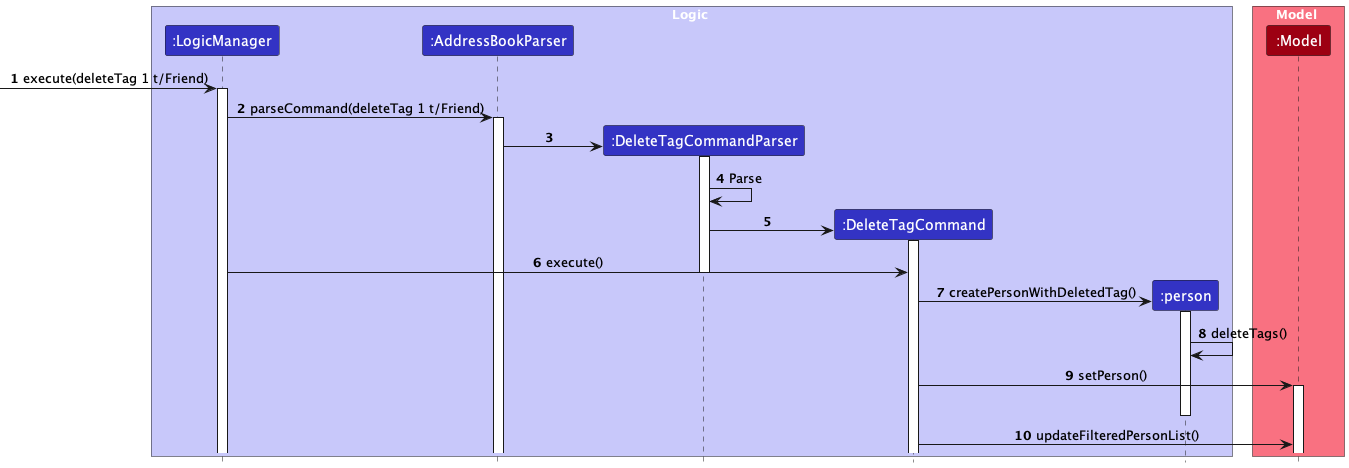
Earlier version of the PlantUML export diagrams/DeleteTagSequenceDiagram.png (AY2324S1-CS2103-W14-1/tp).
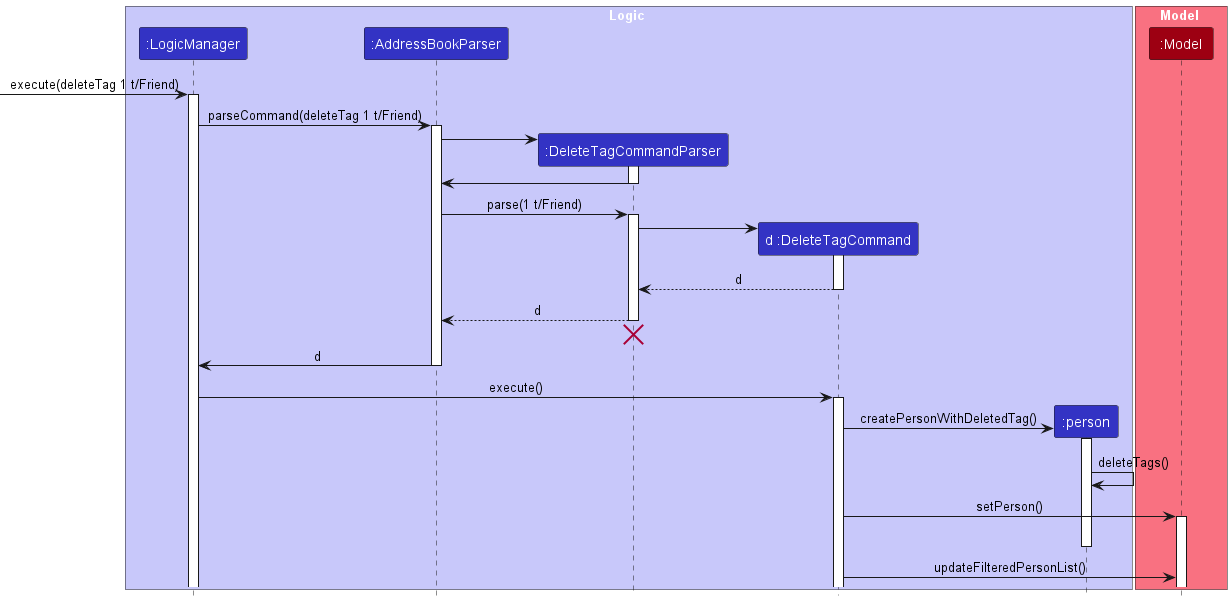
After the commit.

Diff of the diagram source:
```diff
@@ -6,7 +6,7 @@
 participant ":LogicManager" as LogicManager LOGIC_COLOR
 participant ":AddressBookParser" as AddressBookParser LOGIC_COLOR
 participant ":DeleteTagCommandParser" as DeleteTagCommandParser LOGIC_COLOR
-participant ":DeleteTagCommand" as DeleteTagCommand LOGIC_COLOR
+participant "d :DeleteTagCommand" as DeleteTagCommand LOGIC_COLOR
 participant ":person" as Person LOGIC_COLOR
 end box
 
@@ -14,7 +14,6 @@
 participant ":Model" as Model MODEL_COLOR
 end box
 
-autonumber
 [->LogicManager : execute(deleteTag 1 t/Friend)
 activate LogicManager
 
@@ -25,13 +24,29 @@
 AddressBookParser -> DeleteTagCommandParser:
 activate DeleteTagCommandParser
 
-DeleteTagCommandParser -> DeleteTagCommandParser : Parse
+DeleteTagCommandParser -> AddressBookParser
+deactivate DeleteTagCommandParser
+
+AddressBookParser -> DeleteTagCommandParser : parse(1 t/Friend)
+activate DeleteTagCommandParser
 
 create DeleteTagCommand
 DeleteTagCommandParser -> DeleteTagCommand
 activate DeleteTagCommand
+
+DeleteTagCommand --> DeleteTagCommandParser : d
+deactivate DeleteTagCommand
+
+DeleteTagCommandParser --> AddressBookParser: d
+deactivate DeleteTagCommandParser
+DeleteTagCommandParser -[hidden]-> AddressBookParser
+destroy DeleteTagCommandParser
+
+AddressBookParser -> LogicManager : d
+deactivate AddressBookParser
+
 LogicManager -> DeleteTagCommand : execute()
-deactivate DeleteTagCommandParser
+activate DeleteTagCommand
 
 create Person
 DeleteTagCommand -> Person : createPersonWithDeletedTag()
```
